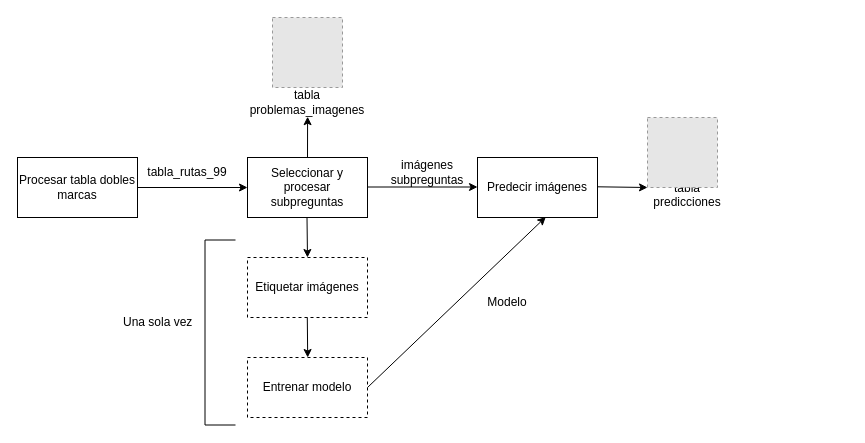
inesscc/simce keeps this draw.io diagram as flujo_proyecto.drawio. Above is the earlier version. Source tidied: cells renumbered, new cells numbered last; positions are measured from the earlier drawing's top-left corner, leaving out a move shared by most shapes. Both pictures are drawn from the tidied source at 100%, with x=0, y=0 at pixel (17, 17). Pictures stored in the file or linked from it are replaced by grey dashed boxes.
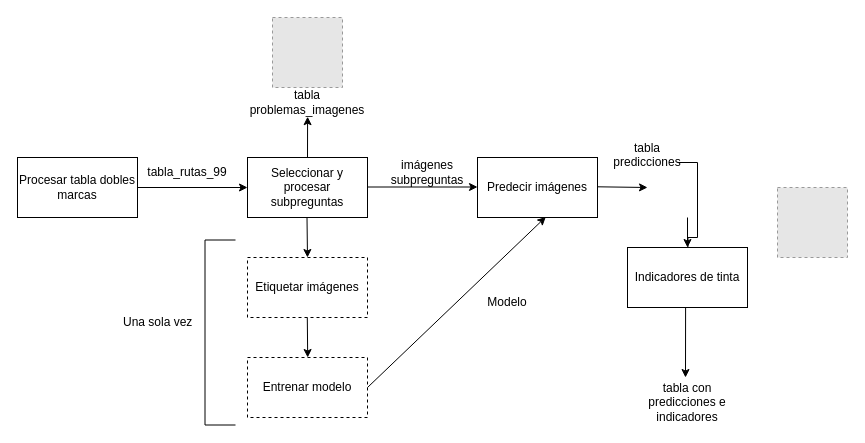
Above is the later version.

Change to the diagram source:
```diff
@@
+    <mxCell id="23" style="edgeStyle=orthogonalEdgeStyle;rounded=0;jettySize=auto;html=1;" parent="1" edge="1" source="20">
+      <mxGeometry relative="1" as="geometry">
+        <mxPoint x="670" y="280" as="targetPoint" />
+      </mxGeometry>
+    </mxCell>
     <mxCell id="20" value="tabla predicciones&lt;div&gt;&lt;br&gt;&lt;/div&gt;" style="text;html=1;align=center;verticalAlign=middle;whiteSpace=wrap;rounded=0;" parent="1" vertex="1">
-      <mxGeometry x="640" y="170" width="60" height="30" as="geometry" />
+      <mxGeometry x="600" y="130" width="60" height="30" as="geometry" />
     </mxCell>
@@
     <mxCell id="22" style="fillColor=#E6E6E6;strokeColor=#999999;dashed=1;verticalLabelPosition=bottom;labelBackgroundColor=default;verticalAlign=top;" parent="1" vertex="1">
-      <mxGeometry x="630" y="100" width="70" height="70" as="geometry" />
+      <mxGeometry x="760" y="170" width="70" height="70" as="geometry" />
     </mxCell>
+    <mxCell id="24" value="Indicadores de tinta" style="rounded=0;whiteSpace=wrap;html=1;" parent="1" vertex="1">
+      <mxGeometry x="610" y="230" width="120" height="60" as="geometry" />
+    </mxCell>
+    <mxCell id="25" style="endArrow=classic;html=1;rounded=0;entryX=0.5;entryY=0;entryDx=0;entryDy=0;" parent="1" edge="1" target="24">
+      <mxGeometry relative="1" as="geometry">
+        <mxPoint x="670" y="200" as="sourcePoint" />
+      </mxGeometry>
+    </mxCell>
+    <mxCell id="26" value="&lt;div&gt;tabla con predicciones e indicadores&lt;/div&gt;" style="text;html=1;align=center;verticalAlign=middle;whiteSpace=wrap;rounded=0;" parent="1" vertex="1">
+      <mxGeometry x="620" y="370" width="100" height="30" as="geometry" />
+    </mxCell>
+    <mxCell id="27" style="endArrow=classic;html=1;rounded=0;" parent="1" edge="1">
+      <mxGeometry relative="1" as="geometry">
+        <mxPoint x="668.1" y="290" as="sourcePoint" />
+        <mxPoint x="668" y="360" as="targetPoint" />
+      </mxGeometry>
+    </mxCell>
```
